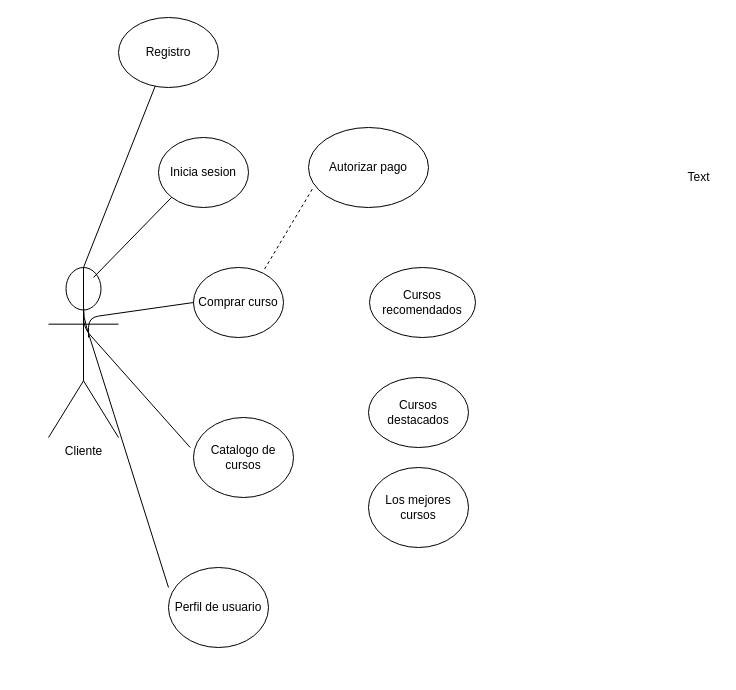
Before: Documents U1/diagrams/caso_de_estudio.drawio in DianaHFer/Analisis-avanzado-de-software, a draw.io diagram. Source tidied: cells renumbered, new cells numbered last; positions are measured from the earlier drawing's top-left corner, leaving out a move shared by most shapes. Both pictures are drawn from the tidied source at 100%, with x=0, y=0 at pixel (48, 17).
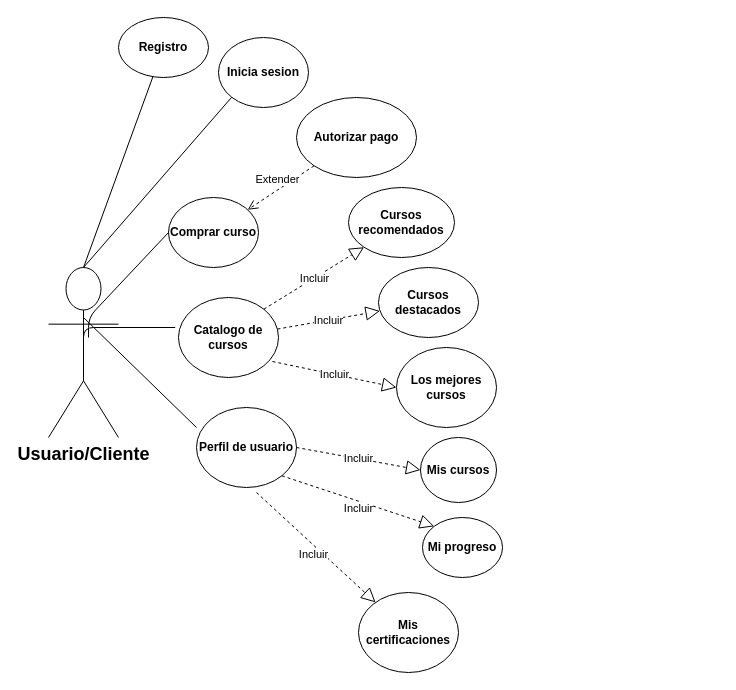
The same page after the edit.

What changed in the source:
```diff
@@
-    <mxCell id="2" value="Cliente" style="shape=umlActor;verticalLabelPosition=bottom;verticalAlign=top;html=1;outlineConnect=0;" parent="1" vertex="1">
+    <mxCell id="2" value="&lt;font style=&quot;font-size: 18px&quot;&gt;&lt;b&gt;Usuario/Cliente&lt;/b&gt;&lt;/font&gt;" style="shape=umlActor;verticalLabelPosition=bottom;verticalAlign=top;html=1;outlineConnect=0;" parent="1" vertex="1">
       <mxGeometry y="250" width="70" height="170" as="geometry" />
     </mxCell>
-    <mxCell id="3" value="Registro" style="ellipse;whiteSpace=wrap;html=1;" parent="1" vertex="1">
-      <mxGeometry x="70" width="100" height="70" as="geometry" />
+    <mxCell id="3" value="&lt;b&gt;Registro&lt;/b&gt;" style="ellipse;whiteSpace=wrap;html=1;" parent="1" vertex="1">
+      <mxGeometry x="70" width="90" height="60" as="geometry" />
     </mxCell>
-    <mxCell id="4" value="Inicia sesion" style="ellipse;whiteSpace=wrap;html=1;" parent="1" vertex="1">
-      <mxGeometry x="110" y="120" width="90" height="70" as="geometry" />
+    <mxCell id="4" value="&lt;b&gt;Inicia sesion&lt;/b&gt;" style="ellipse;whiteSpace=wrap;html=1;" parent="1" vertex="1">
+      <mxGeometry x="170" y="20" width="90" height="70" as="geometry" />
     </mxCell>
-    <mxCell id="5" value="Catalogo de cursos" style="ellipse;whiteSpace=wrap;html=1;" parent="1" vertex="1">
-      <mxGeometry x="145" y="400" width="100" height="80" as="geometry" />
+    <mxCell id="5" value="&lt;b&gt;Catalogo de cursos&lt;/b&gt;" style="ellipse;whiteSpace=wrap;html=1;" parent="1" vertex="1">
+      <mxGeometry x="130" y="280" width="100" height="80" as="geometry" />
     </mxCell>
-    <mxCell id="6" value="Perfil de usuario" style="ellipse;whiteSpace=wrap;html=1;" parent="1" vertex="1">
-      <mxGeometry x="120" y="550" width="100" height="80" as="geometry" />
+    <mxCell id="6" value="&lt;b&gt;Perfil de usuario&lt;/b&gt;" style="ellipse;whiteSpace=wrap;html=1;" parent="1" vertex="1">
+      <mxGeometry x="148" y="390" width="100" height="80" as="geometry" />
     </mxCell>
-    <mxCell id="7" value="Comprar curso" style="ellipse;whiteSpace=wrap;html=1;" parent="1" vertex="1">
-      <mxGeometry x="145" y="250" width="90" height="70" as="geometry" />
+    <mxCell id="7" value="&lt;b&gt;Comprar curso&lt;/b&gt;" style="ellipse;whiteSpace=wrap;html=1;" parent="1" vertex="1">
+      <mxGeometry x="120" y="180" width="90" height="70" as="geometry" />
     </mxCell>
-    <mxCell id="8" value="Los mejores cursos" style="ellipse;whiteSpace=wrap;html=1;" parent="1" vertex="1">
-      <mxGeometry x="320" y="450" width="100" height="80" as="geometry" />
+    <mxCell id="8" value="&lt;b&gt;Los mejores cursos&lt;/b&gt;" style="ellipse;whiteSpace=wrap;html=1;" parent="1" vertex="1">
+      <mxGeometry x="348" y="330" width="100" height="80" as="geometry" />
     </mxCell>
-    <mxCell id="9" value="Cursos destacados" style="ellipse;whiteSpace=wrap;html=1;" parent="1" vertex="1">
-      <mxGeometry x="320" y="360" width="100" height="70" as="geometry" />
+    <mxCell id="9" value="&lt;b&gt;Cursos destacados&lt;/b&gt;" style="ellipse;whiteSpace=wrap;html=1;" parent="1" vertex="1">
+      <mxGeometry x="330" y="250" width="100" height="70" as="geometry" />
     </mxCell>
-    <mxCell id="10" value="Cursos recomendados" style="ellipse;whiteSpace=wrap;html=1;" parent="1" vertex="1">
-      <mxGeometry x="321" y="250" width="106" height="70" as="geometry" />
+    <mxCell id="10" value="&lt;b&gt;Cursos recomendados&lt;/b&gt;" style="ellipse;whiteSpace=wrap;html=1;" parent="1" vertex="1">
+      <mxGeometry x="300" y="170" width="106" height="70" as="geometry" />
     </mxCell>
-    <mxCell id="11" value="Autorizar pago&lt;br&gt;" style="ellipse;whiteSpace=wrap;html=1;" parent="1" vertex="1">
-      <mxGeometry x="260" y="110" width="120" height="80" as="geometry" />
+    <mxCell id="11" value="&lt;b&gt;Autorizar pago&lt;/b&gt;" style="ellipse;whiteSpace=wrap;html=1;" parent="1" vertex="1">
+      <mxGeometry x="248" y="80" width="120" height="80" as="geometry" />
     </mxCell>
-    <mxCell id="12" value="Text" style="text;html=1;align=center;verticalAlign=middle;" parent="1" vertex="1">
-      <mxGeometry x="630" y="150" width="40" height="20" as="geometry" />
-    </mxCell>
@@
-    <mxCell id="14" style="endArrow=none;html=1;exitX=0.5;exitY=0;exitDx=0;exitDy=0;exitPerimeter=0;entryX=0;entryY=1;entryDx=0;entryDy=0;" parent="1" edge="1" target="4">
-      <mxGeometry relative="1" as="geometry">
-        <mxPoint x="45" y="260" as="sourcePoint" />
-      </mxGeometry>
+    <mxCell id="14" style="endArrow=none;html=1;exitX=0.5;exitY=0;exitDx=0;exitDy=0;exitPerimeter=0;entryX=0;entryY=1;entryDx=0;entryDy=0;" parent="1" edge="1" source="2" target="4">
+      <mxGeometry relative="1" as="geometry" />
     </mxCell>
@@
-    <mxCell id="16" style="endArrow=none;html=1;entryX=-0.033;entryY=0.375;entryDx=0;entryDy=0;entryPerimeter=0;" parent="1" edge="1" source="2" target="5">
+    <mxCell id="16" style="endArrow=none;html=1;entryX=-0.033;entryY=0.375;entryDx=0;entryDy=0;entryPerimeter=0;exitX=0.5;exitY=0.5;exitDx=0;exitDy=0;exitPerimeter=0;" parent="1" edge="1" source="2" target="5">
       <mxGeometry relative="1" as="geometry">
         <Array as="points">
           <mxPoint x="35" y="310" />
         </Array>
       </mxGeometry>
     </mxCell>
-    <mxCell id="17" style="endArrow=none;html=1;entryX=0;entryY=0.25;entryDx=0;entryDy=0;entryPerimeter=0;" parent="1" edge="1" source="2" target="6">
+    <mxCell id="17" style="endArrow=none;html=1;entryX=0;entryY=0.25;entryDx=0;entryDy=0;entryPerimeter=0;" parent="1" edge="1" target="6">
       <mxGeometry relative="1" as="geometry">
+        <mxPoint x="35" y="300" as="sourcePoint" />
         <Array as="points">
           <mxPoint x="35" y="300" />
         </Array>
       </mxGeometry>
     </mxCell>
-    <mxCell id="18" style="endArrow=none;dashed=1;html=1;entryX=0.039;entryY=0.752;entryDx=0;entryDy=0;entryPerimeter=0;exitX=0.79;exitY=0.022;exitDx=0;exitDy=0;exitPerimeter=0;" parent="1" edge="1" source="7" target="11">
-      <mxGeometry relative="1" as="geometry" />
-    </mxCell>
+    <mxCell id="19" value="Extender" style="html=1;verticalAlign=bottom;endArrow=open;dashed=1;endSize=8;" parent="1" edge="1" source="11" target="7">
+      <mxGeometry x="0.05" y="-2" relative="1" as="geometry">
+        <mxPoint y="1" as="offset" />
+      </mxGeometry>
+    </mxCell>
+    <mxCell id="20" value="Incluir" style="endArrow=block;dashed=1;endFill=0;endSize=12;html=1;exitX=1;exitY=0;exitDx=0;exitDy=0;entryX=0;entryY=1;entryDx=0;entryDy=0;" parent="1" edge="1" source="5" target="10">
+      <mxGeometry relative="1" as="geometry" />
+    </mxCell>
+    <mxCell id="21" value="Incluir" style="endArrow=block;dashed=1;endFill=0;endSize=12;html=1;" parent="1" edge="1" source="5" target="9">
+      <mxGeometry relative="1" as="geometry" />
+    </mxCell>
+    <mxCell id="22" value="Incluir" style="endArrow=block;dashed=1;endFill=0;endSize=12;html=1;entryX=0;entryY=0.5;entryDx=0;entryDy=0;exitX=0.94;exitY=0.8;exitDx=0;exitDy=0;exitPerimeter=0;" parent="1" edge="1" source="5" target="8">
+      <mxGeometry relative="1" as="geometry" />
+    </mxCell>
+    <mxCell id="23" value="&lt;b&gt;Mis certificaciones&lt;/b&gt;" style="ellipse;whiteSpace=wrap;html=1;" parent="1" vertex="1">
+      <mxGeometry x="310" y="575" width="100" height="80" as="geometry" />
+    </mxCell>
+    <mxCell id="24" value="&lt;b&gt;Mi progreso&lt;/b&gt;" style="ellipse;whiteSpace=wrap;html=1;" parent="1" vertex="1">
+      <mxGeometry x="374" y="500" width="80" height="60" as="geometry" />
+    </mxCell>
+    <mxCell id="25" value="&lt;b&gt;Mis cursos&lt;/b&gt;" style="ellipse;whiteSpace=wrap;html=1;" parent="1" vertex="1">
+      <mxGeometry x="372" y="420" width="76" height="65" as="geometry" />
+    </mxCell>
+    <mxCell id="26" value="Incluir" style="endArrow=block;dashed=1;endFill=0;endSize=12;html=1;entryX=0;entryY=0.5;entryDx=0;entryDy=0;exitX=1;exitY=0.5;exitDx=0;exitDy=0;" parent="1" edge="1" source="6" target="25">
+      <mxGeometry relative="1" as="geometry" />
+    </mxCell>
+    <mxCell id="27" value="Incluir" style="endArrow=block;dashed=1;endFill=0;endSize=12;html=1;entryX=0;entryY=0;entryDx=0;entryDy=0;exitX=1;exitY=1;exitDx=0;exitDy=0;" parent="1" edge="1" source="6" target="24">
+      <mxGeometry x="0.04" y="-7" relative="1" as="geometry" />
+    </mxCell>
+    <mxCell id="28" value="Incluir" style="endArrow=block;dashed=1;endFill=0;endSize=12;html=1;exitX=0.6;exitY=1.063;exitDx=0;exitDy=0;exitPerimeter=0;" parent="1" edge="1" source="6" target="23">
+      <mxGeometry x="0.04" y="-7" relative="1" as="geometry" />
+    </mxCell>
```
